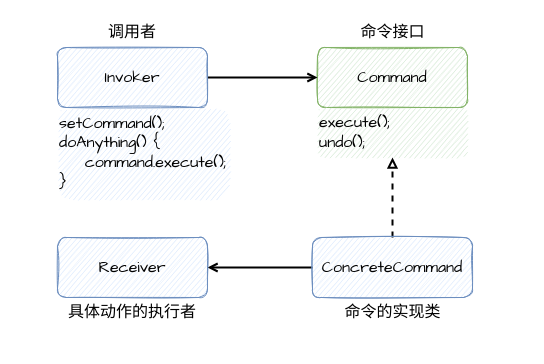
Above: images/命令模式.drawio in FangYuan33/head-first-design-patterns (draw.io), before the change. Source tidied: cells renumbered, new cells numbered last; positions are measured from the earlier drawing's top-left corner, leaving out a move shared by most shapes. Both pictures are drawn from the tidied source at 100%, with x=0, y=0 at pixel (57, 17).
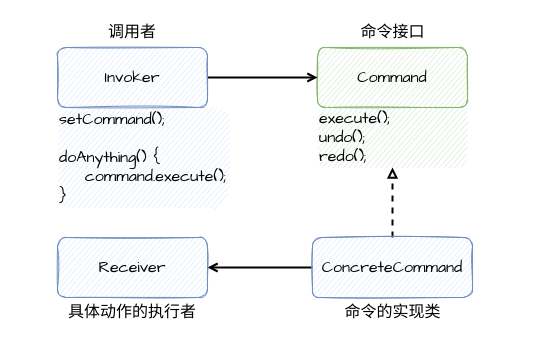
The same page after the edit.

What changed in the source:
```diff
@@
 <mxGraphModel>
   <root>
     <mxCell id="0" />
     <mxCell id="1" parent="0" />
+    <mxCell id="16" style="rounded=0;whiteSpace=wrap;html=1;strokeColor=none;" parent="1" vertex="1">
+      <mxGeometry x="-40" width="510" height="330" as="geometry" />
+    </mxCell>
     <mxCell id="2" style="edgeStyle=none;rounded=0;sketch=1;orthogonalLoop=1;jettySize=auto;html=1;strokeWidth=2;fontFamily=Comic Sans MS;fontSize=16;" parent="1" edge="1">
       <mxGeometry relative="1" as="geometry">
-        <mxPoint x="70" y="460" as="sourcePoint" />
+        <mxPoint x="400" y="410" as="sourcePoint" />
       </mxGeometry>
     </mxCell>
     <mxCell id="3" value="&lt;font face=&quot;Comic Sans MS&quot;&gt;&lt;span style=&quot;font-size: 16px;&quot;&gt;Command&lt;/span&gt;&lt;/font&gt;" style="rounded=1;whiteSpace=wrap;html=1;sketch=1;fillColor=#d5e8d4;strokeColor=#82b366;" parent="1" vertex="1">
       <mxGeometry x="260" y="30" width="150" height="60" as="geometry" />
     </mxCell>
-    <mxCell id="4" value="&lt;font face=&quot;Comic Sans MS&quot;&gt;&lt;span style=&quot;font-size: 16px;&quot;&gt;execute();&lt;br&gt;undo();&lt;br&gt;&lt;/span&gt;&lt;/font&gt;" style="rounded=1;whiteSpace=wrap;html=1;sketch=1;fillColor=#d5e8d4;strokeColor=none;align=left;" parent="1" vertex="1">
-      <mxGeometry x="260" y="90" width="150" height="50" as="geometry" />
+    <mxCell id="4" value="&lt;font face=&quot;Comic Sans MS&quot;&gt;&lt;span style=&quot;font-size: 16px;&quot;&gt;execute();&lt;br&gt;undo();&lt;br&gt;&lt;/span&gt;&lt;/font&gt;&lt;div&gt;&lt;font face=&quot;Comic Sans MS&quot;&gt;&lt;span style=&quot;font-size: 16px;&quot;&gt;redo();&lt;/span&gt;&lt;/font&gt;&lt;/div&gt;" style="rounded=1;whiteSpace=wrap;html=1;sketch=1;fillColor=#d5e8d4;strokeColor=none;align=left;" parent="1" vertex="1">
+      <mxGeometry x="260" y="90" width="150" height="60" as="geometry" />
     </mxCell>
     <mxCell id="5" style="edgeStyle=orthogonalEdgeStyle;rounded=0;jettySize=auto;html=1;endArrow=block;endFill=0;strokeWidth=2;dashed=1;" parent="1" edge="1" source="7" target="4">
       <mxGeometry relative="1" as="geometry" />
     </mxCell>
     <mxCell id="6" style="edgeStyle=orthogonalEdgeStyle;rounded=0;jettySize=auto;html=1;entryX=1;entryY=0.5;entryDx=0;entryDy=0;strokeWidth=2;endArrow=open;endFill=0;" parent="1" edge="1" source="7" target="8">
       <mxGeometry relative="1" as="geometry" />
     </mxCell>
     <mxCell id="7" value="&lt;font face=&quot;Comic Sans MS&quot;&gt;&lt;span style=&quot;font-size: 16px;&quot;&gt;ConcreteCommand&lt;/span&gt;&lt;/font&gt;" style="rounded=1;whiteSpace=wrap;html=1;sketch=1;fillColor=#dae8fc;strokeColor=#6c8ebf;" parent="1" vertex="1">
       <mxGeometry x="255" y="220" width="160" height="60" as="geometry" />
     </mxCell>
     <mxCell id="8" value="&lt;font face=&quot;Comic Sans MS&quot;&gt;&lt;span style=&quot;font-size: 16px;&quot;&gt;Receiver&lt;/span&gt;&lt;/font&gt;" style="rounded=1;whiteSpace=wrap;html=1;sketch=1;fillColor=#dae8fc;strokeColor=#6c8ebf;" parent="1" vertex="1">
       <mxGeometry y="220" width="150" height="60" as="geometry" />
     </mxCell>
     <mxCell id="9" style="edgeStyle=orthogonalEdgeStyle;rounded=0;jettySize=auto;html=1;entryX=0;entryY=0.5;entryDx=0;entryDy=0;strokeWidth=2;endArrow=open;endFill=0;" parent="1" edge="1" source="10" target="3">
       <mxGeometry relative="1" as="geometry" />
     </mxCell>
     <mxCell id="10" value="&lt;font face=&quot;Comic Sans MS&quot;&gt;&lt;span style=&quot;font-size: 16px;&quot;&gt;Invoker&lt;/span&gt;&lt;/font&gt;" style="rounded=1;whiteSpace=wrap;html=1;sketch=1;fillColor=#dae8fc;strokeColor=#6c8ebf;" parent="1" vertex="1">
       <mxGeometry y="30" width="150" height="60" as="geometry" />
     </mxCell>
-    <mxCell id="11" value="&lt;font face=&quot;Comic Sans MS&quot;&gt;&lt;span style=&quot;font-size: 16px;&quot;&gt;setCommand();&lt;br&gt;doAnything() {&lt;br&gt;&amp;nbsp; &amp;nbsp; command.execute();&lt;br&gt;}&lt;br&gt;&lt;/span&gt;&lt;/font&gt;" style="rounded=1;whiteSpace=wrap;html=1;sketch=1;fillColor=#dae8fc;strokeColor=none;align=left;" parent="1" vertex="1">
-      <mxGeometry y="90" width="170" height="90" as="geometry" />
+    <mxCell id="11" value="&lt;font face=&quot;Comic Sans MS&quot;&gt;&lt;span style=&quot;font-size: 16px;&quot;&gt;setCommand();&lt;/span&gt;&lt;/font&gt;&lt;div&gt;&lt;font face=&quot;Comic Sans MS&quot;&gt;&lt;span style=&quot;font-size: 16px;&quot;&gt;&lt;br&gt;doAnything() {&lt;br&gt;&amp;nbsp; &amp;nbsp; command.execute();&lt;br&gt;}&lt;br&gt;&lt;/span&gt;&lt;/font&gt;&lt;/div&gt;" style="rounded=1;whiteSpace=wrap;html=1;sketch=1;fillColor=#dae8fc;strokeColor=none;align=left;" parent="1" vertex="1">
+      <mxGeometry y="90" width="170" height="100" as="geometry" />
     </mxCell>
     <mxCell id="12" value="&lt;font face=&quot;Comic Sans MS&quot; style=&quot;font-size: 16px;&quot;&gt;调用者&lt;/font&gt;" style="text;html=1;strokeColor=none;fillColor=none;align=center;verticalAlign=middle;whiteSpace=wrap;rounded=0;" parent="1" vertex="1">
       <mxGeometry x="45" width="60" height="30" as="geometry" />
     </mxCell>
     <mxCell id="13" value="&lt;font face=&quot;Comic Sans MS&quot;&gt;&lt;span style=&quot;font-size: 16px;&quot;&gt;命令接口&lt;/span&gt;&lt;/font&gt;" style="text;html=1;strokeColor=none;fillColor=none;align=center;verticalAlign=middle;whiteSpace=wrap;rounded=0;" parent="1" vertex="1">
       <mxGeometry x="297.5" width="75" height="30" as="geometry" />
     </mxCell>
     <mxCell id="14" value="&lt;font face=&quot;Comic Sans MS&quot;&gt;&lt;span style=&quot;font-size: 16px;&quot;&gt;命令的实现类&lt;/span&gt;&lt;/font&gt;" style="text;html=1;strokeColor=none;fillColor=none;align=center;verticalAlign=middle;whiteSpace=wrap;rounded=0;" parent="1" vertex="1">
       <mxGeometry x="283.8" y="280" width="102.5" height="30" as="geometry" />
     </mxCell>
     <mxCell id="15" value="&lt;font face=&quot;Comic Sans MS&quot;&gt;&lt;span style=&quot;font-size: 16px;&quot;&gt;具体动作的执行者&lt;/span&gt;&lt;/font&gt;" style="text;html=1;strokeColor=none;fillColor=none;align=center;verticalAlign=middle;whiteSpace=wrap;rounded=0;" parent="1" vertex="1">
       <mxGeometry x="6.9" y="280" width="136.2" height="30" as="geometry" />
     </mxCell>
   </root>
 </mxGraphModel>
```
